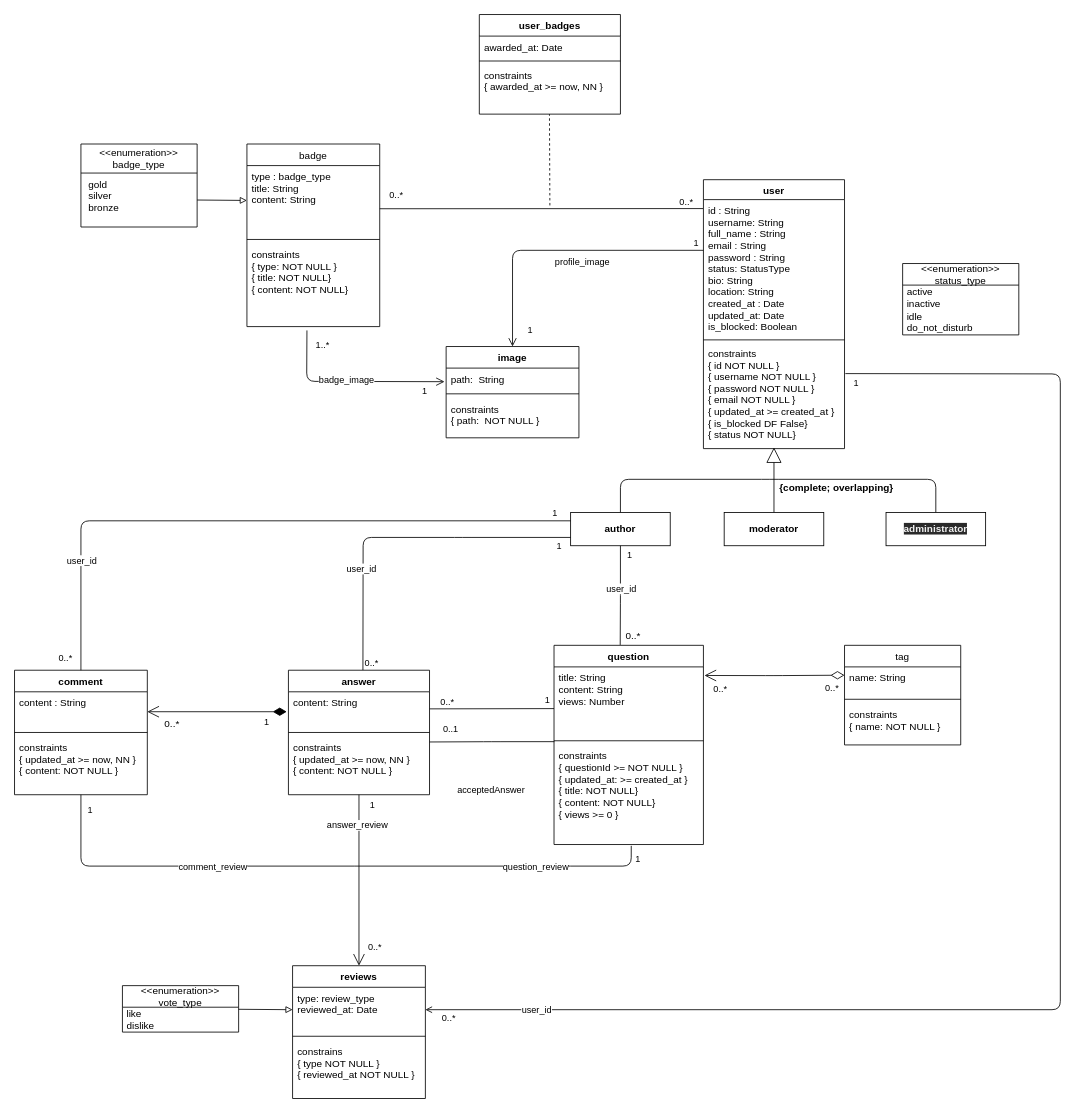
Before: datamodel/datamodel.drawio in FabioMiguel2000/iNeedHelp, a draw.io diagram. Source tidied: cells renumbered, new cells numbered last; positions are measured from the earlier drawing's top-left corner, leaving out a move shared by most shapes. Both pictures are drawn from the tidied source at 83%, with x=0, y=0 at pixel (14, 14).
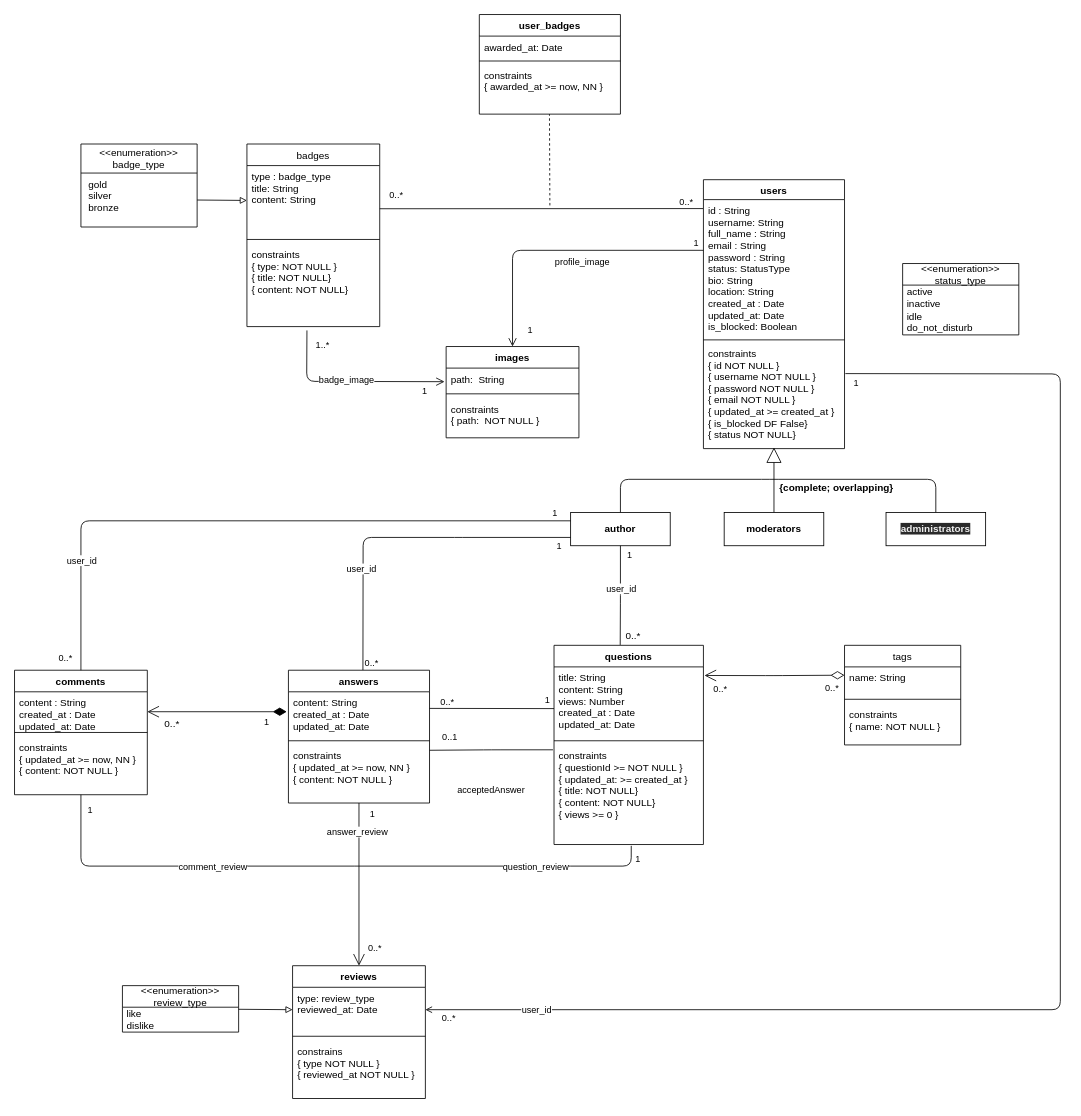
The same page after the edit.

The change refers to these unchanged cells:
```xml
<mxCell id="33" style="line;strokeWidth=1;fillColor=none;align=left;verticalAlign=middle;spacingTop=-1;spacingLeft=3;spacingRight=3;labelPosition=right;points=[];portConstraint=eastwest;" parent="31" vertex="1">
  <mxGeometry y="110" width="180" height="10" as="geometry" />
</mxCell>
<mxCell id="34" value="constraints&#10;{ questionId &gt;= NOT NULL }&#10;{ updated_at: &gt;= created_at }&#10;{ title: NOT NULL}&#10;{ content: NOT NULL}&#10;{ views &gt;= 0 }" style="text;strokeColor=none;fillColor=none;align=left;verticalAlign=top;spacingLeft=4;spacingRight=4;overflow=hidden;points=[[0,0.5],[1,0.5]];portConstraint=eastwest;" parent="31" vertex="1">
  <mxGeometry y="120" width="180" height="120" as="geometry" />
</mxCell>
```

Diff of the diagram source:
```diff
@@
-    <mxCell id="2" value="user" style="swimlane;fontStyle=1;align=center;verticalAlign=top;horizontal=1;startSize=24;" parent="1" vertex="1">
+    <mxCell id="2" value="users" style="swimlane;fontStyle=1;align=center;verticalAlign=top;horizontal=1;startSize=24;" parent="1" vertex="1">
       <mxGeometry x="830" y="199" width="170" height="324" as="geometry" />
     </mxCell>
@@
-    <mxCell id="6" value="image" style="swimlane;fontStyle=1;align=center;verticalAlign=top;horizontal=1;startSize=26;" parent="1" vertex="1">
+    <mxCell id="6" value="images" style="swimlane;fontStyle=1;align=center;verticalAlign=top;horizontal=1;startSize=26;" parent="1" vertex="1">
       <mxGeometry x="520" y="400" width="160" height="110" as="geometry" />
     </mxCell>
@@
-    <mxCell id="10" value="badge" style="swimlane;fontStyle=0;horizontal=1;startSize=26;" parent="1" vertex="1">
+    <mxCell id="10" value="badges" style="swimlane;fontStyle=0;horizontal=1;startSize=26;" parent="1" vertex="1">
       <mxGeometry x="280" y="156" width="160" height="220" as="geometry" />
     </mxCell>
@@
-    <mxCell id="25" value="&lt;span style=&quot;font-weight: 700&quot;&gt;moderator&lt;/span&gt;" style="whiteSpace=wrap;html=1;" parent="1" vertex="1">
+    <mxCell id="25" value="&lt;span style=&quot;font-weight: 700&quot;&gt;moderators&lt;/span&gt;" style="whiteSpace=wrap;html=1;" parent="1" vertex="1">
       <mxGeometry x="855" y="600" width="120" height="40" as="geometry" />
     </mxCell>
-    <mxCell id="26" value="&lt;span style=&quot;color: rgb(240 , 240 , 240) ; font-family: &amp;#34;helvetica&amp;#34; ; font-size: 12px ; font-style: normal ; font-weight: 700 ; letter-spacing: normal ; text-align: center ; text-indent: 0px ; text-transform: none ; word-spacing: 0px ; background-color: rgb(42 , 42 , 42) ; display: inline ; float: none&quot;&gt;administrator&lt;/span&gt;" style="whiteSpace=wrap;html=1;" parent="1" vertex="1">
+    <mxCell id="26" value="&lt;span style=&quot;color: rgb(240 , 240 , 240) ; font-family: &amp;#34;helvetica&amp;#34; ; font-size: 12px ; font-style: normal ; font-weight: 700 ; letter-spacing: normal ; text-align: center ; text-indent: 0px ; text-transform: none ; word-spacing: 0px ; background-color: rgb(42 , 42 , 42) ; display: inline ; float: none&quot;&gt;administrators&lt;/span&gt;" style="whiteSpace=wrap;html=1;" parent="1" vertex="1">
       <mxGeometry x="1050" y="600" width="120" height="40" as="geometry" />
     </mxCell>
-    <mxCell id="27" value="tag" style="swimlane;fontStyle=0;horizontal=1;startSize=26;" parent="1" vertex="1">
+    <mxCell id="27" value="tags" style="swimlane;fontStyle=0;horizontal=1;startSize=26;" parent="1" vertex="1">
       <mxGeometry x="1000" y="760" width="140" height="120" as="geometry" />
     </mxCell>
@@
-    <mxCell id="31" value="question" style="swimlane;fontStyle=1;align=center;verticalAlign=top;horizontal=1;startSize=26;" parent="1" vertex="1">
+    <mxCell id="31" value="questions" style="swimlane;fontStyle=1;align=center;verticalAlign=top;horizontal=1;startSize=26;" parent="1" vertex="1">
       <mxGeometry x="650" y="760" width="180" height="240" as="geometry" />
     </mxCell>
-    <mxCell id="32" value="title: String&#10;content: String&#10;views: Number" style="text;strokeColor=none;fillColor=none;align=left;verticalAlign=top;spacingLeft=4;spacingRight=4;overflow=hidden;points=[[0,0.5],[1,0.5]];portConstraint=eastwest;" parent="31" vertex="1">
+    <mxCell id="32" value="title: String&#10;content: String&#10;views: Number&#10;created_at : Date&#10;updated_at: Date" style="text;strokeColor=none;fillColor=none;align=left;verticalAlign=top;spacingLeft=4;spacingRight=4;overflow=hidden;points=[[0,0.5],[1,0.5]];portConstraint=eastwest;" parent="31" vertex="1">
       <mxGeometry y="26" width="180" height="84" as="geometry" />
     </mxCell>
@@
-    <mxCell id="35" value="comment" style="swimlane;fontStyle=1;align=center;verticalAlign=top;horizontal=1;startSize=26;" parent="1" vertex="1">
+    <mxCell id="35" value="comments" style="swimlane;fontStyle=1;align=center;verticalAlign=top;horizontal=1;startSize=26;" parent="1" vertex="1">
       <mxGeometry y="790" width="160" height="150" as="geometry" />
     </mxCell>
-    <mxCell id="36" value="content : String&#10;" style="text;strokeColor=none;fillColor=none;align=left;verticalAlign=top;spacingLeft=4;spacingRight=4;overflow=hidden;" parent="35" vertex="1">
+    <mxCell id="36" value="content : String&#10;created_at : Date&#10;updated_at: Date&#10;" style="text;strokeColor=none;fillColor=none;align=left;verticalAlign=top;spacingLeft=4;spacingRight=4;overflow=hidden;" parent="35" vertex="1">
       <mxGeometry y="26" width="160" height="44" as="geometry" />
     </mxCell>
@@
-    <mxCell id="52" style="endArrow=none;html=1;edgeStyle=orthogonalEdgeStyle;entryX=1.001;entryY=0.092;entryDx=0;entryDy=0;entryPerimeter=0;exitX=0.002;exitY=0.608;exitDx=0;exitDy=0;exitPerimeter=0;" parent="1" edge="1" source="33" target="65">
+    <mxCell id="52" style="endArrow=none;html=1;edgeStyle=orthogonalEdgeStyle;entryX=1.001;entryY=0.092;entryDx=0;entryDy=0;entryPerimeter=0;exitX=-0.007;exitY=0.049;exitDx=0;exitDy=0;exitPerimeter=0;" parent="1" edge="1" source="34" target="65">
       <mxGeometry relative="1" as="geometry" />
     </mxCell>
@@
-    <mxCell id="62" value="answer" style="swimlane;fontStyle=1;align=center;verticalAlign=top;horizontal=1;startSize=26;" parent="1" vertex="1">
-      <mxGeometry x="330" y="790" width="170" height="150" as="geometry" />
+    <mxCell id="62" value="answers" style="swimlane;fontStyle=1;align=center;verticalAlign=top;horizontal=1;startSize=26;" parent="1" vertex="1">
+      <mxGeometry x="330" y="790" width="170" height="160" as="geometry" />
     </mxCell>
-    <mxCell id="63" value="content: String" style="text;strokeColor=none;fillColor=none;align=left;verticalAlign=top;spacingLeft=4;spacingRight=4;overflow=hidden;points=[[0,0.5],[1,0.5]];portConstraint=eastwest;" parent="62" vertex="1">
-      <mxGeometry y="26" width="170" height="44" as="geometry" />
+    <mxCell id="63" value="content: String&#10;created_at : Date&#10;updated_at: Date" style="text;strokeColor=none;fillColor=none;align=left;verticalAlign=top;spacingLeft=4;spacingRight=4;overflow=hidden;points=[[0,0.5],[1,0.5]];portConstraint=eastwest;" parent="62" vertex="1">
+      <mxGeometry y="26" width="170" height="54" as="geometry" />
     </mxCell>
     <mxCell id="64" style="line;strokeWidth=1;fillColor=none;align=left;verticalAlign=middle;spacingTop=-1;spacingLeft=3;spacingRight=3;labelPosition=right;" parent="62" vertex="1">
-      <mxGeometry y="70" width="170" height="10" as="geometry" />
+      <mxGeometry y="80" width="170" height="10" as="geometry" />
     </mxCell>
     <mxCell id="65" value="constraints&#10;{ updated_at &gt;= now, NN }&#10;{ content: NOT NULL }" style="text;strokeColor=none;fillColor=none;align=left;verticalAlign=top;spacingLeft=4;spacingRight=4;overflow=hidden;points=[[0,0.5],[1,0.5]];portConstraint=eastwest;" parent="62" vertex="1">
-      <mxGeometry y="80" width="170" height="70" as="geometry" />
+      <mxGeometry y="90" width="170" height="70" as="geometry" />
     </mxCell>
@@
-    <mxCell id="82" style="endArrow=none;html=1;endSize=12;exitX=1.001;exitY=0.467;exitDx=0;exitDy=0;entryX=0;entryY=0.598;entryDx=0;entryDy=0;entryPerimeter=0;exitPerimeter=0;" parent="1" edge="1" source="63" target="32">
-      <mxGeometry relative="1" as="geometry" />
+    <mxCell id="82" style="endArrow=none;html=1;endSize=12;entryX=0;entryY=0.598;entryDx=0;entryDy=0;entryPerimeter=0;" parent="1" edge="1" target="32">
+      <mxGeometry relative="1" as="geometry">
+        <mxPoint x="500" y="836" as="sourcePoint" />
+      </mxGeometry>
     </mxCell>
@@
-    <mxCell id="95" value="&lt;&lt;enumeration&gt;&gt;&#10;vote_type" style="swimlane;fontStyle=0;horizontal=1;startSize=26;" parent="1" vertex="1">
+    <mxCell id="95" value="&lt;&lt;enumeration&gt;&gt;&#10;review_type" style="swimlane;fontStyle=0;horizontal=1;startSize=26;" parent="1" vertex="1">
       <mxGeometry x="130" y="1170" width="140" height="56" as="geometry" />
     </mxCell>
```
